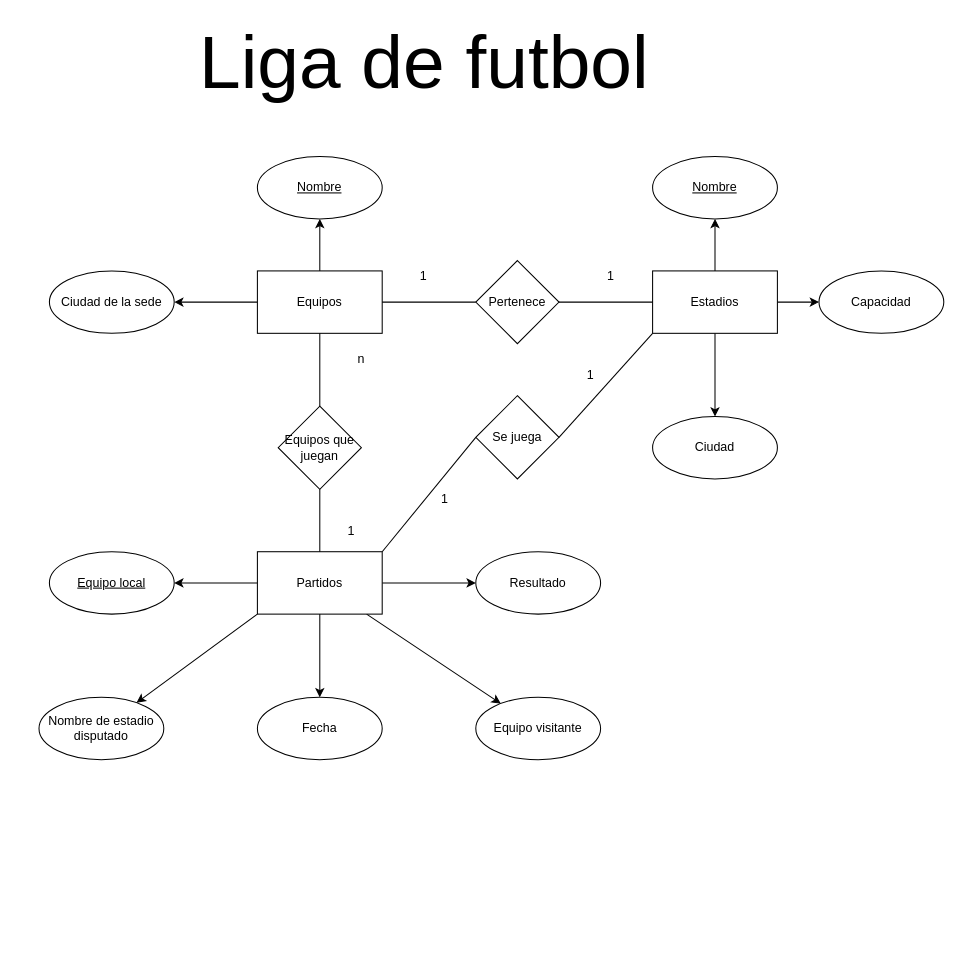
The draw.io diagram liga.drawio in pedronieto84/lowcode-nocode, before the edit. Source tidied: cells renumbered, new cells numbered last; positions are measured from the earlier drawing's top-left corner, leaving out a move shared by most shapes. Both pictures are drawn from the tidied source at 104%, with x=0, y=0 at pixel (38, 42).
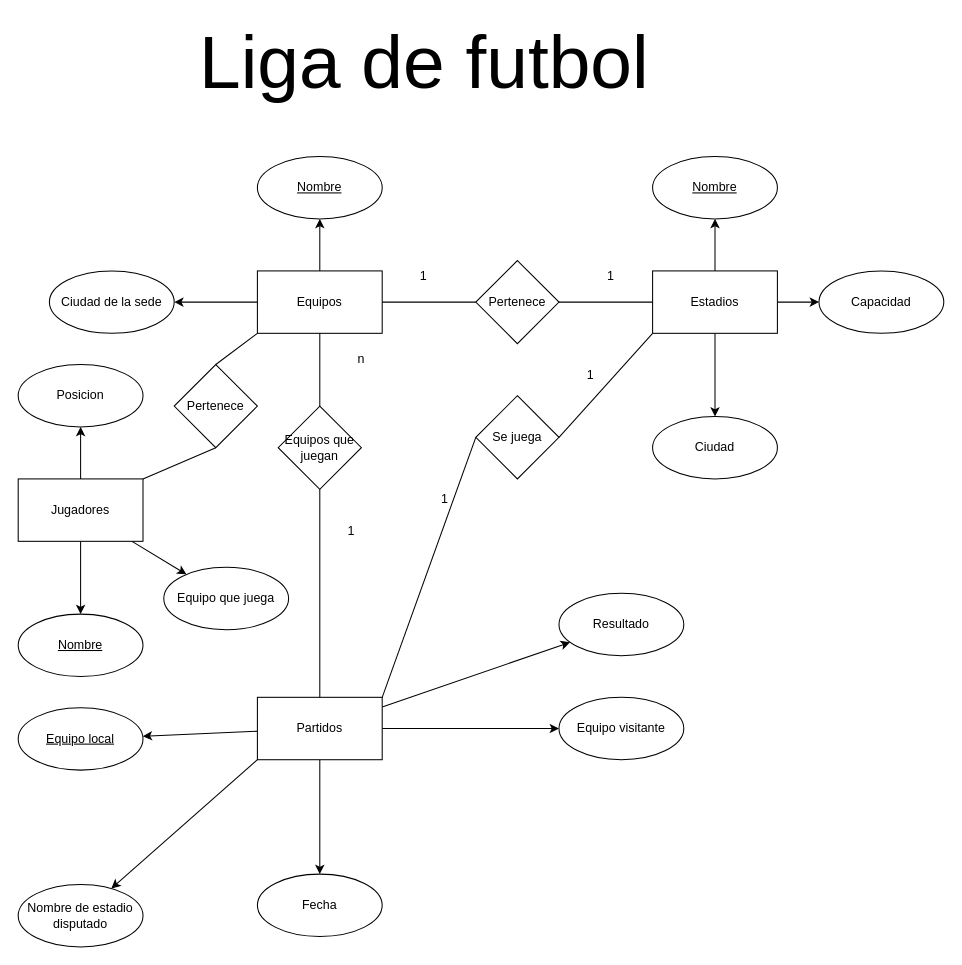
The same diagram, later.

Commit message:
Actualizacion del ejercicio2

The change refers to these unchanged cells:
```xml
<mxCell id="4" value="Equipos" style="rounded=0;whiteSpace=wrap;html=1;" parent="1" vertex="1">
  <mxGeometry x="210" y="220" width="120" height="60" as="geometry" />
</mxCell>
```

The edit, as a diff of the source:
```diff
@@
     <mxCell id="13" value="Partidos" style="rounded=0;whiteSpace=wrap;html=1;" parent="1" vertex="1">
-      <mxGeometry x="210" y="490" width="120" height="60" as="geometry" />
+      <mxGeometry x="210" y="630" width="120" height="60" as="geometry" />
     </mxCell>
@@
     <mxCell id="18" value="Fecha" style="ellipse;whiteSpace=wrap;html=1;rounded=0;" parent="1" vertex="1">
-      <mxGeometry x="210" y="630" width="120" height="60" as="geometry" />
+      <mxGeometry x="210" y="800" width="120" height="60" as="geometry" />
     </mxCell>
     <mxCell id="19" value="&lt;u&gt;Equipo local&lt;/u&gt;" style="ellipse;whiteSpace=wrap;html=1;rounded=0;" parent="1" vertex="1">
-      <mxGeometry x="10" y="490" width="120" height="60" as="geometry" />
+      <mxGeometry x="-20" y="640" width="120" height="60" as="geometry" />
     </mxCell>
     <mxCell id="20" value="Equipo visitante" style="ellipse;whiteSpace=wrap;html=1;rounded=0;" parent="1" vertex="1">
-      <mxGeometry x="420" y="630" width="120" height="60" as="geometry" />
+      <mxGeometry x="500" y="630" width="120" height="60" as="geometry" />
     </mxCell>
     <mxCell id="21" value="Resultado" style="ellipse;whiteSpace=wrap;html=1;rounded=0;" parent="1" vertex="1">
-      <mxGeometry x="420" y="490" width="120" height="60" as="geometry" />
+      <mxGeometry x="500" y="530" width="120" height="60" as="geometry" />
     </mxCell>
@@
     <mxCell id="24" value="Nombre de estadio&lt;br&gt;disputado" style="ellipse;whiteSpace=wrap;html=1;rounded=0;" parent="1" vertex="1">
-      <mxGeometry y="630" width="120" height="60" as="geometry" />
+      <mxGeometry x="-20" y="810" width="120" height="60" as="geometry" />
     </mxCell>
@@
+    <mxCell id="41" style="edgeStyle=none;html=1;" parent="1" edge="1" source="44" target="45">
+      <mxGeometry relative="1" as="geometry" />
+    </mxCell>
+    <mxCell id="42" style="edgeStyle=none;html=1;" parent="1" edge="1" source="44" target="46">
+      <mxGeometry relative="1" as="geometry" />
+    </mxCell>
+    <mxCell id="43" style="edgeStyle=none;html=1;" parent="1" edge="1" source="44" target="47">
+      <mxGeometry relative="1" as="geometry" />
+    </mxCell>
+    <mxCell id="44" value="Jugadores" style="rounded=0;whiteSpace=wrap;html=1;" parent="1" vertex="1">
+      <mxGeometry x="-20" y="420" width="120" height="60" as="geometry" />
+    </mxCell>
+    <mxCell id="45" value="&lt;u&gt;Nombre&lt;/u&gt;" style="ellipse;whiteSpace=wrap;html=1;rounded=0;" parent="1" vertex="1">
+      <mxGeometry x="-20" y="550" width="120" height="60" as="geometry" />
+    </mxCell>
+    <mxCell id="46" value="Posicion" style="ellipse;whiteSpace=wrap;html=1;rounded=0;" parent="1" vertex="1">
+      <mxGeometry x="-20" y="310" width="120" height="60" as="geometry" />
+    </mxCell>
+    <mxCell id="47" value="Equipo que juega" style="ellipse;whiteSpace=wrap;html=1;rounded=0;" parent="1" vertex="1">
+      <mxGeometry x="120" y="505" width="120" height="60" as="geometry" />
+    </mxCell>
+    <mxCell id="48" value="Pertenece" style="rhombus;whiteSpace=wrap;html=1;" parent="1" vertex="1">
+      <mxGeometry x="130" y="310" width="80" height="80" as="geometry" />
+    </mxCell>
+    <mxCell id="49" style="endArrow=none;html=1;exitX=1;exitY=0;exitDx=0;exitDy=0;entryX=0.5;entryY=1;entryDx=0;entryDy=0;" parent="1" edge="1" source="44" target="48">
+      <mxGeometry relative="1" as="geometry" />
+    </mxCell>
+    <mxCell id="50" style="endArrow=none;html=1;exitX=0.5;exitY=0;exitDx=0;exitDy=0;entryX=0;entryY=1;entryDx=0;entryDy=0;" parent="1" edge="1" source="48" target="4">
+      <mxGeometry relative="1" as="geometry" />
+    </mxCell>
```
